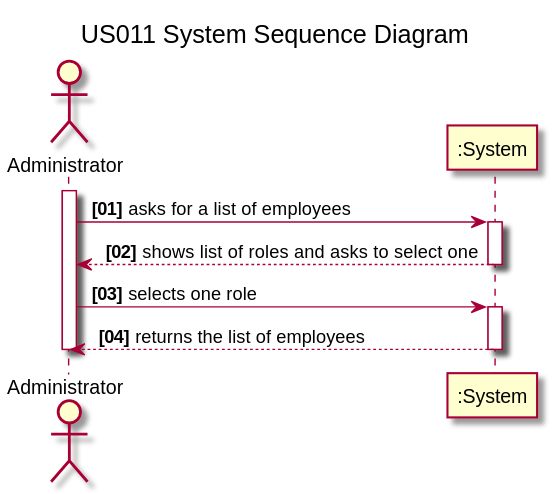
Pirussa/lei-22-s2-1da-g02 keeps this PlantUML diagram as docs/SprintB/US011/US011_SSD.svg. Above is the earlier version.
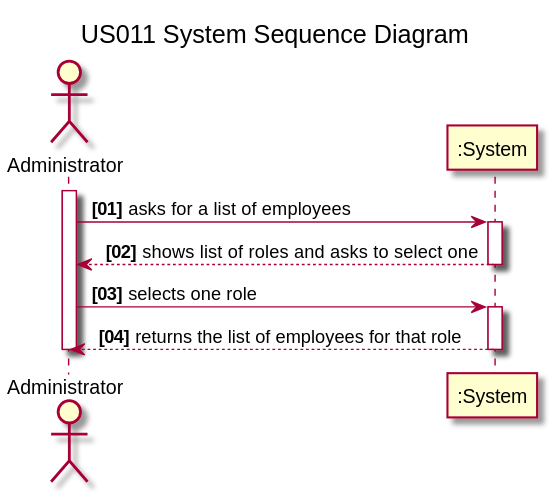
After the commit.

The edit, as a diff of the source:
```diff
@@ -12,7 +12,7 @@
 
 A -> ":System" : selects one role
 activate ":System"
-":System" --> A : returns the list of employees
+":System" --> A : returns the list of employees for that role
 deactivate ":System"
 
 deactivate A
```
